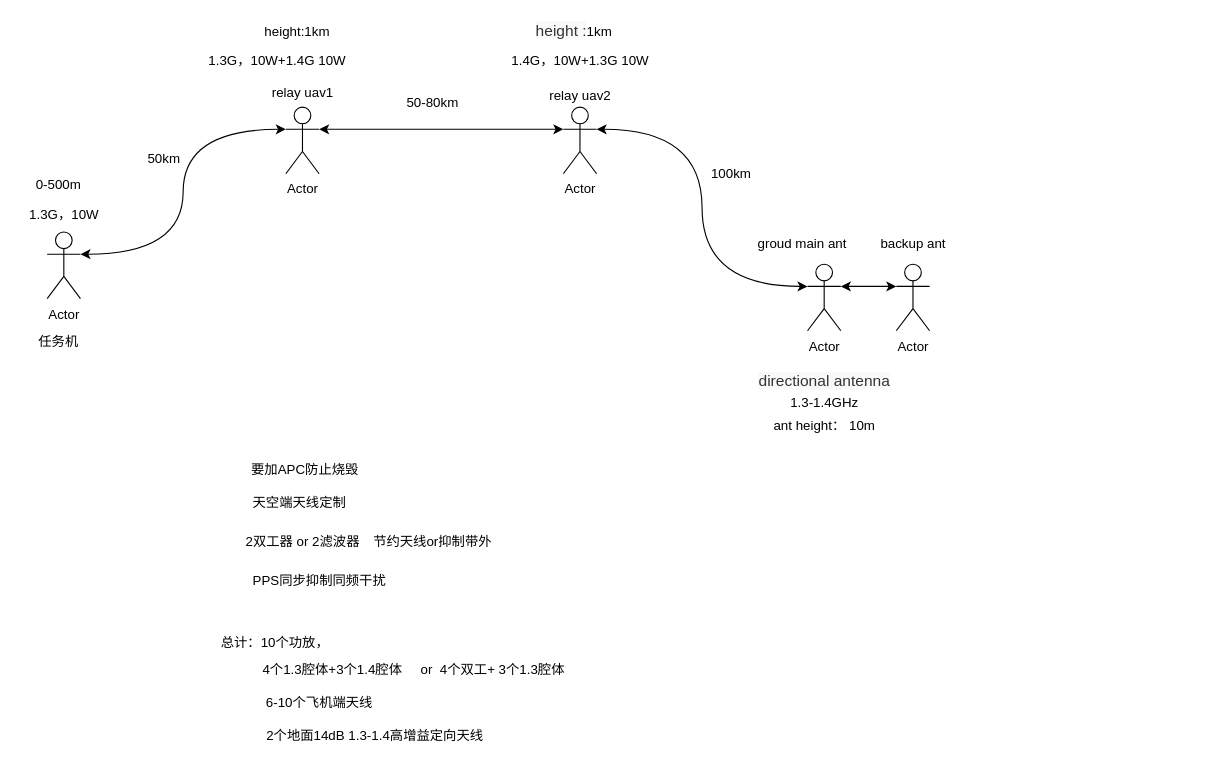
Earlier version of the draw.io diagram 多机中继.drawio (Momenttt/hellogithub). Source tidied: cells renumbered, new cells numbered last; positions are measured from the earlier drawing's top-left corner, leaving out a move shared by most shapes. Both pictures are drawn from the tidied source at 111%, with x=0, y=0 at pixel (19, 19).
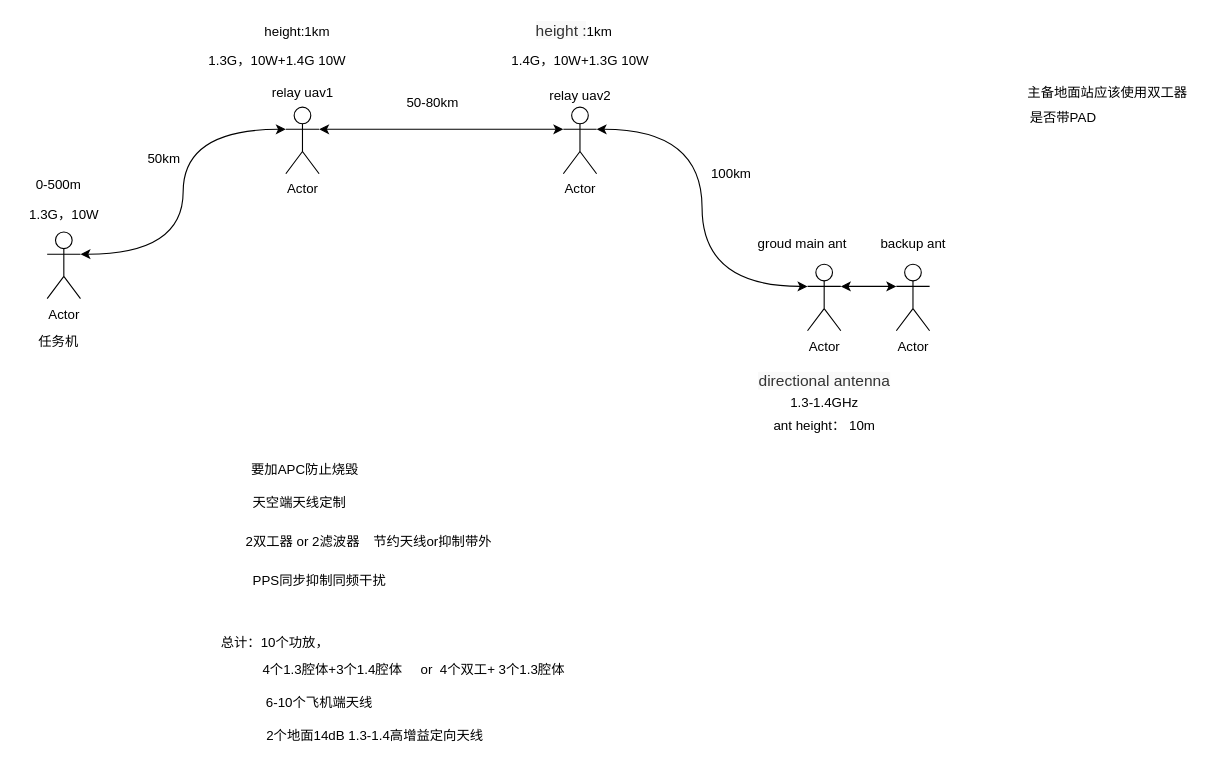
The same page after the edit.

What changed in the source:
```diff
@@
+    <mxCell id="37" value="主备地面站应该使用双工器" style="text;html=1;align=center;verticalAlign=middle;" parent="1" vertex="1">
+      <mxGeometry x="900" y="56" width="160" height="20" as="geometry" />
+    </mxCell>
+    <mxCell id="38" value="是否带PAD" style="text;html=1;align=center;verticalAlign=middle;" parent="1" vertex="1">
+      <mxGeometry x="900" y="79" width="80" height="20" as="geometry" />
+    </mxCell>
```
